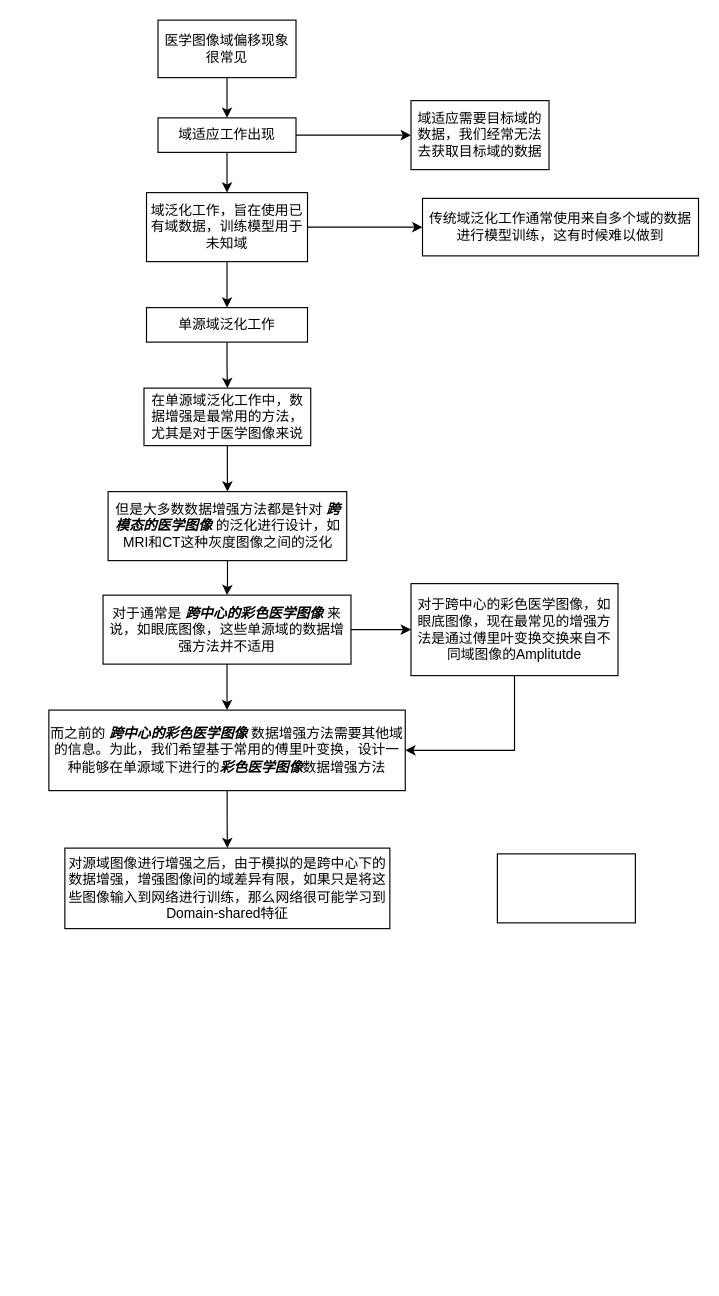
Above: dg.drawio in jokerkingdomss/Dive-into-DL-PyTorch (draw.io), before the change. Source tidied: cells renumbered, new cells numbered last; positions are measured from the earlier drawing's top-left corner, leaving out a move shared by most shapes. Both pictures are drawn from the tidied source at 115%, with x=0, y=0 at pixel (48, 20).
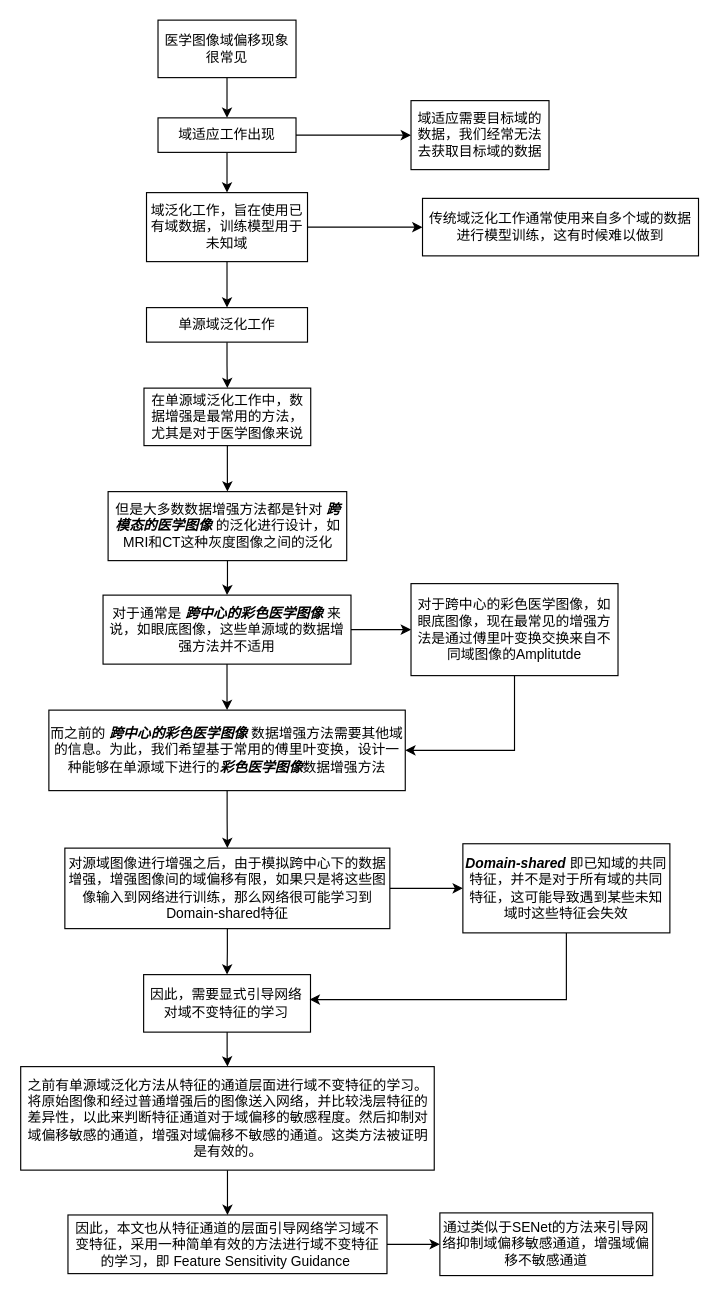
The same diagram, later.

Diff of the diagram source:
```diff
@@
+    <mxCell id="27" style="edgeStyle=orthogonalEdgeStyle;rounded=0;jettySize=auto;html=1;entryX=0;entryY=0.5;entryDx=0;entryDy=0;" parent="1" edge="1" source="25" target="26">
+      <mxGeometry relative="1" as="geometry" />
+    </mxCell>
+    <mxCell id="28" style="edgeStyle=orthogonalEdgeStyle;rounded=0;jettySize=auto;html=1;entryX=0.5;entryY=0;entryDx=0;entryDy=0;" parent="1" edge="1" source="25" target="30">
+      <mxGeometry relative="1" as="geometry" />
+    </mxCell>
-    <mxCell id="25" value="对源域图像进行增强之后，由于模拟的是跨中心下的数据增强，增强图像间的域差异有限，如果只是将这些图像输入到网络进行训练，那么网络很可能学习到Domain-shared特征" style="rounded=0;whiteSpace=wrap;html=1;" parent="1" vertex="1">
+    <mxCell id="25" value="对源域图像进行增强之后，由于模拟跨中心下的数据增强，增强图像间的域偏移有限，如果只是将这些图像输入到网络进行训练，那么网络很可能学习到Domain-shared特征" style="rounded=0;whiteSpace=wrap;html=1;" parent="1" vertex="1">
       <mxGeometry x="13.9" y="720" width="282.6" height="70" as="geometry" />
     </mxCell>
-    <mxCell id="26" style="rounded=0;whiteSpace=wrap;html=1;" parent="1" vertex="1">
-      <mxGeometry x="390" y="725" width="120" height="60" as="geometry" />
+    <mxCell id="26" value="&lt;b style=&quot;font-style: italic;&quot;&gt;Domain-shared&amp;nbsp;&lt;/b&gt;即已知域的共同特征，并不是对于所有域的共同特征，这可能导致遇到某些未知域时这些特征会失效" style="rounded=0;whiteSpace=wrap;html=1;" parent="1" vertex="1">
+      <mxGeometry x="360" y="716.2" width="180" height="77.5" as="geometry" />
     </mxCell>
+    <mxCell id="29" style="edgeStyle=orthogonalEdgeStyle;rounded=0;jettySize=auto;html=1;" parent="1" edge="1" source="30" target="35">
+      <mxGeometry relative="1" as="geometry" />
+    </mxCell>
+    <mxCell id="30" value="因此，需要显式引导网络对域不变特征的学习" style="rounded=0;whiteSpace=wrap;html=1;" parent="1" vertex="1">
+      <mxGeometry x="82.4" y="830" width="145.1" height="50" as="geometry" />
+    </mxCell>
+    <mxCell id="31" style="edgeStyle=orthogonalEdgeStyle;rounded=0;jettySize=auto;html=1;entryX=0.995;entryY=0.434;entryDx=0;entryDy=0;entryPerimeter=0;" parent="1" edge="1" source="26" target="30">
+      <mxGeometry relative="1" as="geometry">
+        <Array as="points">
+          <mxPoint x="450" y="852" />
+        </Array>
+      </mxGeometry>
+    </mxCell>
+    <mxCell id="32" style="edgeStyle=orthogonalEdgeStyle;rounded=0;jettySize=auto;html=1;" parent="1" edge="1" source="33" target="36">
+      <mxGeometry relative="1" as="geometry" />
+    </mxCell>
+    <mxCell id="33" value="因此，本文也从特征通道的层面引导网络学习域不变特征，采用一种简单有效的方法进行域不变特征的学习，即 Feature Sensitivity Guidance&amp;nbsp;" style="rounded=0;whiteSpace=wrap;html=1;" parent="1" vertex="1">
+      <mxGeometry x="16.6" y="1039" width="277.4" height="51" as="geometry" />
+    </mxCell>
+    <mxCell id="34" style="edgeStyle=orthogonalEdgeStyle;rounded=0;jettySize=auto;html=1;entryX=0.5;entryY=0;entryDx=0;entryDy=0;" parent="1" edge="1" source="35" target="33">
+      <mxGeometry relative="1" as="geometry" />
+    </mxCell>
+    <mxCell id="35" value="之前有单源域泛化方法从特征的通道层面进行域不变特征的学习。将原始图像和经过普通增强后的图像送入网络，并比较浅层特征的差异性，以此来&lt;span style=&quot;background-color: initial;&quot;&gt;判断特征通道对于域偏移的敏感程度。然后抑制对域偏移敏感的通道，增强对域偏移不敏感的通道。&lt;/span&gt;&lt;span style=&quot;background-color: initial;&quot;&gt;这类方法被证明是有效的。&lt;/span&gt;" style="rounded=0;whiteSpace=wrap;html=1;" parent="1" vertex="1">
+      <mxGeometry x="-24.5" y="910" width="359.6" height="90" as="geometry" />
+    </mxCell>
+    <mxCell id="36" value="通过类似于SENet的方法来引导网络抑制域偏移敏感通道，增强域偏移不敏感通道" style="rounded=0;whiteSpace=wrap;html=1;" parent="1" vertex="1">
+      <mxGeometry x="340" y="1037.2" width="185.1" height="54.5" as="geometry" />
+    </mxCell>
```
